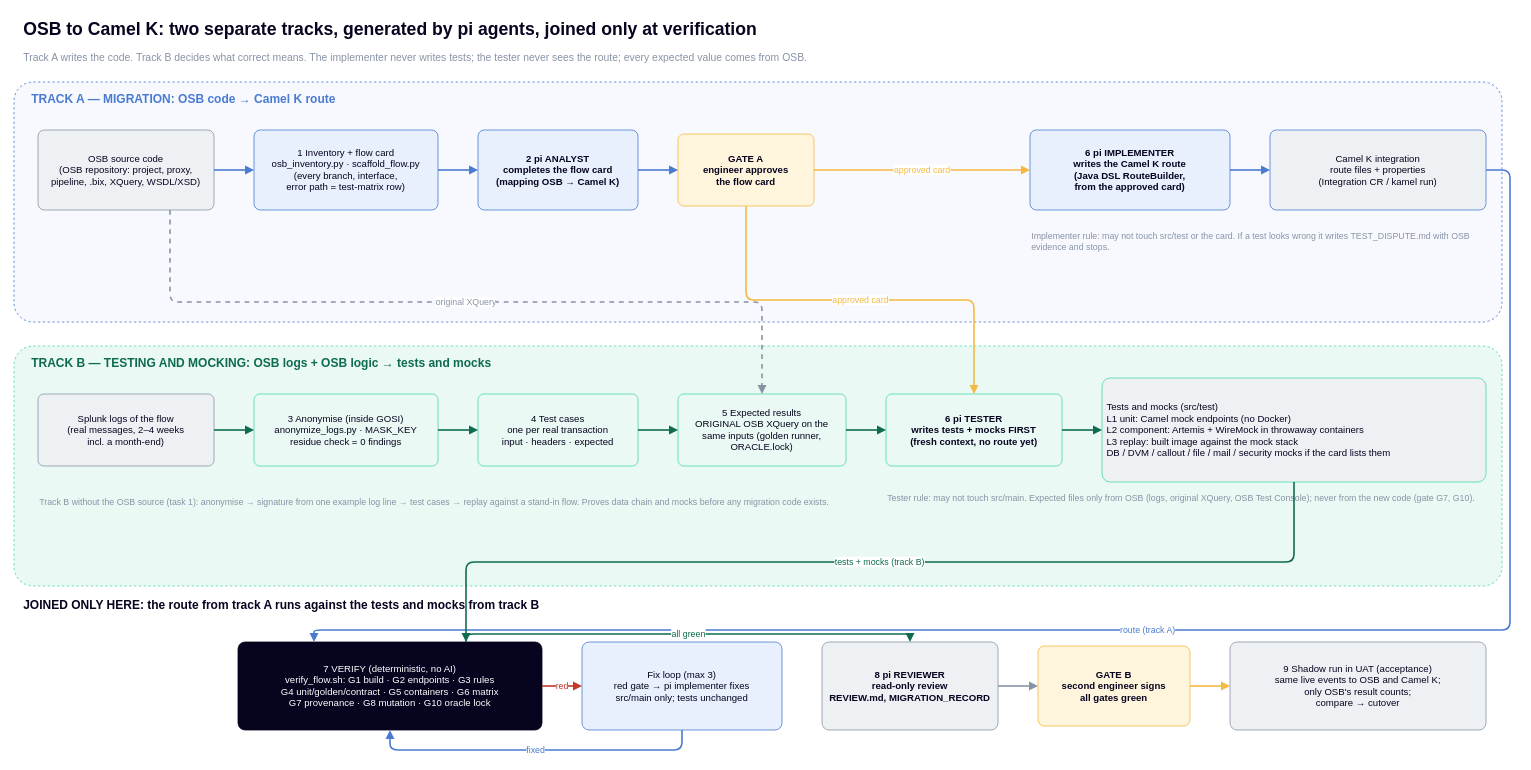
Earlier version of the draw.io diagram P1/vdi-osb-migration/docs/OSB_CamelK_Workflow.drawio (PawelWaj/Projects). Source tidied: cells renumbered, new cells numbered last; positions are measured from the earlier drawing's top-left corner, leaving out a move shared by most shapes. Both pictures are drawn from the tidied source at 80%, with x=0, y=0 at pixel (14, 14).
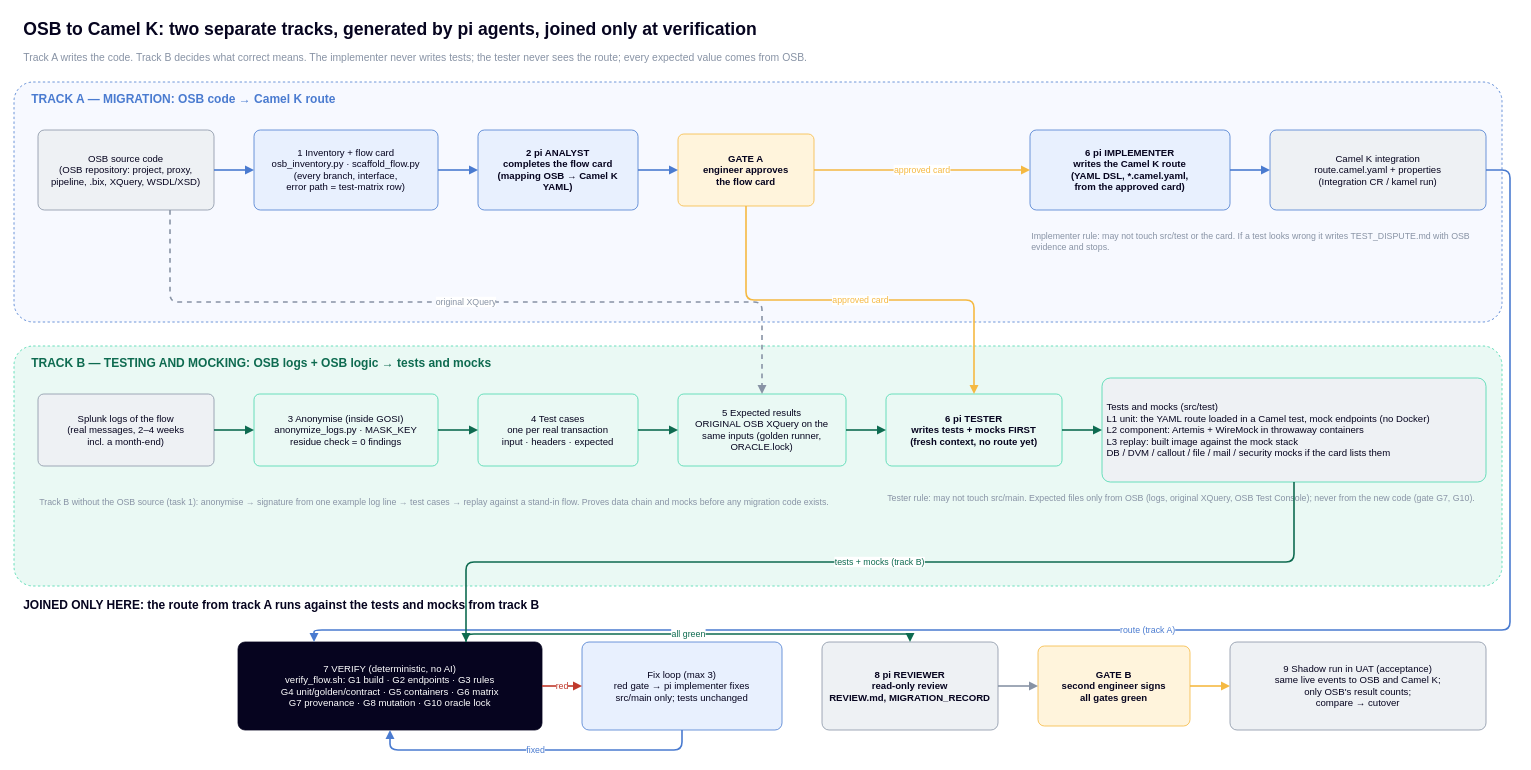
The same diagram, later.

Commit message (it also covers changes not shown here):
docs: workflow - Camel K routes are generated in YAML DSL

Change to the diagram source:
```diff
@@
-    <mxCell id="10" value="2 pi ANALYST&#10;completes the flow card&#10;(mapping OSB → Camel K)" style="rounded=1;whiteSpace=wrap;html=1;fillColor=#E8F0FE;strokeColor=#4A7BD0;fontColor=#06041F;fontSize=12;fontStyle=1;arcSize=8;dashed=0;align=center;verticalAlign=middle;spacing=6;" parent="1" vertex="1">
+    <mxCell id="10" value="2 pi ANALYST&#10;completes the flow card&#10;(mapping OSB → Camel K YAML)" style="rounded=1;whiteSpace=wrap;html=1;fillColor=#E8F0FE;strokeColor=#4A7BD0;fontColor=#06041F;fontSize=12;fontStyle=1;arcSize=8;dashed=0;align=center;verticalAlign=middle;spacing=6;" parent="1" vertex="1">
       <mxGeometry x="580" y="145" width="200" height="100" as="geometry" />
     </mxCell>
@@
-    <mxCell id="12" value="6 pi IMPLEMENTER&#10;writes the Camel K route&#10;(Java DSL RouteBuilder,&#10;from the approved card)" style="rounded=1;whiteSpace=wrap;html=1;fillColor=#E8F0FE;strokeColor=#4A7BD0;fontColor=#06041F;fontSize=12;fontStyle=1;arcSize=8;dashed=0;align=center;verticalAlign=middle;spacing=6;" parent="1" vertex="1">
+    <mxCell id="12" value="6 pi IMPLEMENTER&#10;writes the Camel K route&#10;(YAML DSL, *.camel.yaml,&#10;from the approved card)" style="rounded=1;whiteSpace=wrap;html=1;fillColor=#E8F0FE;strokeColor=#4A7BD0;fontColor=#06041F;fontSize=12;fontStyle=1;arcSize=8;dashed=0;align=center;verticalAlign=middle;spacing=6;" parent="1" vertex="1">
       <mxGeometry x="1270" y="145" width="250" height="100" as="geometry" />
     </mxCell>
-    <mxCell id="13" value="Camel K integration&#10;route files + properties&#10;(Integration CR / kamel run)" style="rounded=1;whiteSpace=wrap;html=1;fillColor=#EEF1F4;strokeColor=#4A7BD0;fontColor=#06041F;fontSize=12;fontStyle=0;arcSize=8;dashed=0;align=center;verticalAlign=middle;spacing=6;" parent="1" vertex="1">
+    <mxCell id="13" value="Camel K integration&#10;route.camel.yaml + properties&#10;(Integration CR / kamel run)" style="rounded=1;whiteSpace=wrap;html=1;fillColor=#EEF1F4;strokeColor=#4A7BD0;fontColor=#06041F;fontSize=12;fontStyle=0;arcSize=8;dashed=0;align=center;verticalAlign=middle;spacing=6;" parent="1" vertex="1">
       <mxGeometry x="1570" y="145" width="270" height="100" as="geometry" />
     </mxCell>
@@
-    <mxCell id="20" value="Tests and mocks (src/test)&#10;L1 unit: Camel mock endpoints (no Docker)&#10;L2 component: Artemis + WireMock in throwaway containers&#10;L3 replay: built image against the mock stack&#10;DB / DVM / callout / file / mail / security mocks if the card lists them" style="rounded=1;whiteSpace=wrap;html=1;fillColor=#EEF1F4;strokeColor=#47D7AC;fontColor=#06041F;fontSize=12;fontStyle=0;arcSize=8;dashed=0;align=left;verticalAlign=middle;spacing=6;" parent="1" vertex="1">
+    <mxCell id="20" value="Tests and mocks (src/test)&#10;L1 unit: the YAML route loaded in a Camel test, mock endpoints (no Docker)&#10;L2 component: Artemis + WireMock in throwaway containers&#10;L3 replay: built image against the mock stack&#10;DB / DVM / callout / file / mail / security mocks if the card lists them" style="rounded=1;whiteSpace=wrap;html=1;fillColor=#EEF1F4;strokeColor=#47D7AC;fontColor=#06041F;fontSize=12;fontStyle=0;arcSize=8;dashed=0;align=left;verticalAlign=middle;spacing=6;" parent="1" vertex="1">
       <mxGeometry x="1360" y="455" width="480" height="130" as="geometry" />
     </mxCell>
```
